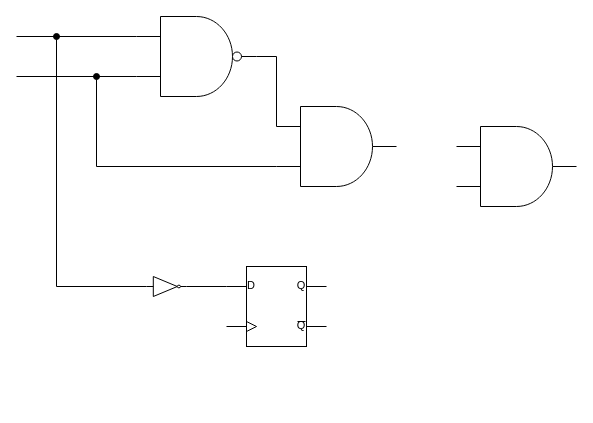
Before: DSD_2.3.drawio in hey-emac/CSE5720-Databases, a draw.io diagram. Source tidied: cells renumbered, new cells numbered last; positions are measured from the earlier drawing's top-left corner, leaving out a move shared by most shapes. Both pictures are drawn from the tidied source at 100%, with x=0, y=0 at pixel (16, 16).
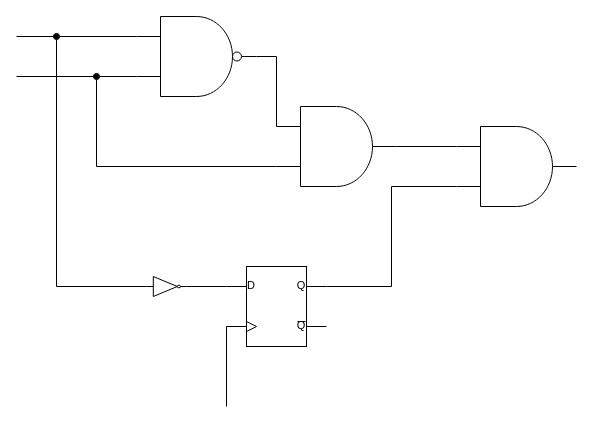
After the change.

The change refers to these unchanged cells:
```xml
<mxCell id="3" style="verticalLabelPosition=bottom;shadow=0;dashed=0;align=center;html=1;verticalAlign=top;shape=mxgraph.electrical.logic_gates.d_type_flip-flop;" parent="1" vertex="1">
  <mxGeometry x="210" y="250" width="100" height="80" as="geometry" />
</mxCell>
<mxCell id="4" style="verticalLabelPosition=bottom;shadow=0;dashed=0;align=center;html=1;verticalAlign=top;shape=mxgraph.electrical.logic_gates.logic_gate;operation=and;" parent="1" vertex="1">
  <mxGeometry x="260" y="90" width="120" height="80" as="geometry" />
</mxCell>
<mxCell id="7" style="verticalLabelPosition=bottom;shadow=0;dashed=0;align=center;html=1;verticalAlign=top;shape=mxgraph.electrical.logic_gates.logic_gate;operation=and;" parent="1" vertex="1">
  <mxGeometry x="440" y="110" width="120" height="80" as="geometry" />
</mxCell>
```

What changed in the source:
```diff
@@
+    <mxCell id="16" style="edgeStyle=none;jettySize=auto;html=1;rounded=0;exitX=0;exitY=0.75;exitDx=0;exitDy=0;exitPerimeter=0;endArrow=none;endFill=0;" parent="1" edge="1" source="3">
+      <mxGeometry relative="1" as="geometry">
+        <mxPoint x="210" y="390" as="targetPoint" />
+      </mxGeometry>
+    </mxCell>
+    <mxCell id="17" style="rounded=0;jettySize=auto;html=1;exitX=1;exitY=0.5;exitDx=0;exitDy=0;exitPerimeter=0;entryX=0;entryY=0.25;entryDx=0;entryDy=0;entryPerimeter=0;endArrow=none;endFill=0;" parent="1" edge="1" source="4" target="7">
+      <mxGeometry relative="1" as="geometry" />
+    </mxCell>
+    <mxCell id="18" style="edgeStyle=orthogonalEdgeStyle;rounded=0;jettySize=auto;html=1;exitX=1;exitY=0.25;exitDx=0;exitDy=0;exitPerimeter=0;entryX=0;entryY=0.75;entryDx=0;entryDy=0;entryPerimeter=0;endArrow=none;endFill=0;" parent="1" edge="1" source="3" target="7">
+      <mxGeometry relative="1" as="geometry" />
+    </mxCell>
```
